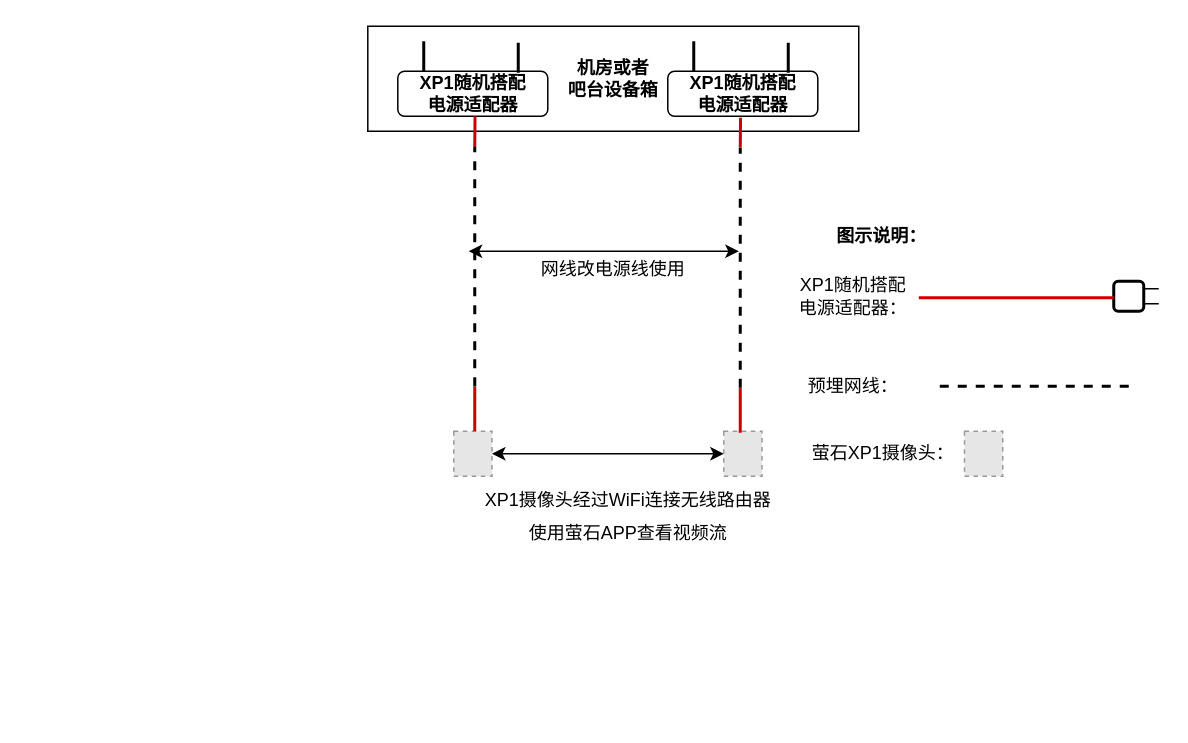
Before: 萤石XP1网线当电源线的使用方案.drawio in UTOUUCENTER-CD/Aqara, a draw.io diagram. Source tidied: cells renumbered, new cells numbered last; positions are measured from the earlier drawing's top-left corner, leaving out a move shared by most shapes. Both pictures are drawn from the tidied source at 150%, with x=0, y=0 at pixel (368, 26). Pictures stored in the file or linked from it are replaced by grey dashed boxes.
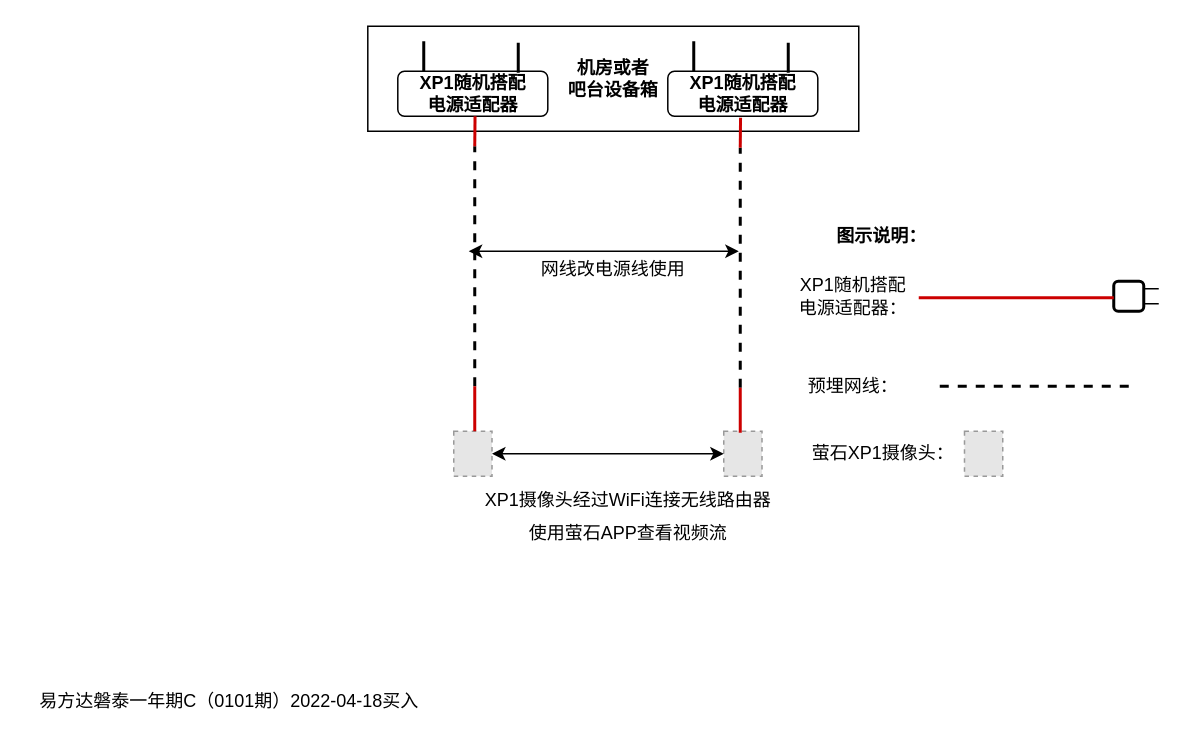
Above is the later version.

Commit message:
Update 萤石XP1网线当电源线的使用方案.drawio

The edit, as a diff of the source:
```diff
@@
+    <mxCell id="33" value="易方达磐泰一年期C（0101期）2022-04-18买入&lt;br&gt;" style="text;html=1;align=center;verticalAlign=middle;strokeColor=none;fillColor=none;fontSize=12;" parent="1" vertex="1">
+      <mxGeometry x="-228" y="440" width="270" height="20" as="geometry" />
+    </mxCell>
```
